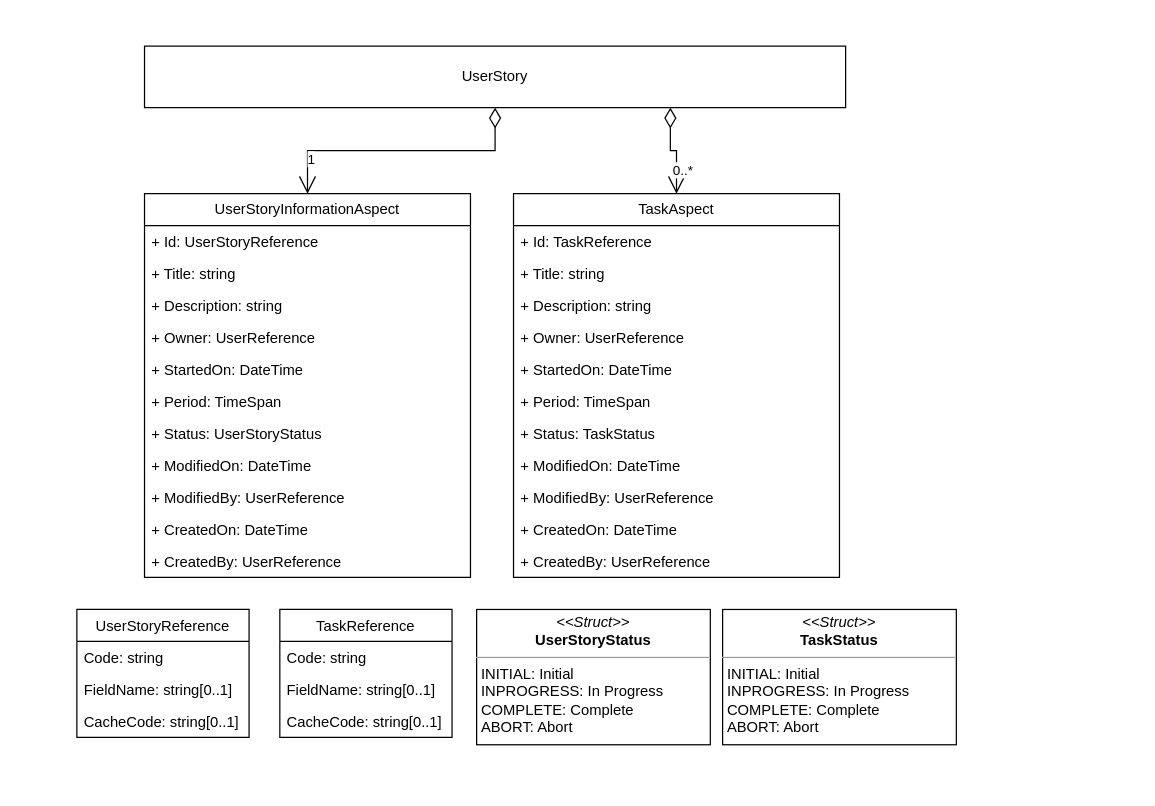
Above: UML/Domain/UserStory.drawio in sdlfly2000/SimpleDashboard (draw.io), before the change. Source tidied: cells renumbered, new cells numbered last; positions are measured from the earlier drawing's top-left corner, leaving out a move shared by most shapes. Both pictures are drawn from the tidied source at 123%, with x=0, y=0 at pixel (76, 46).
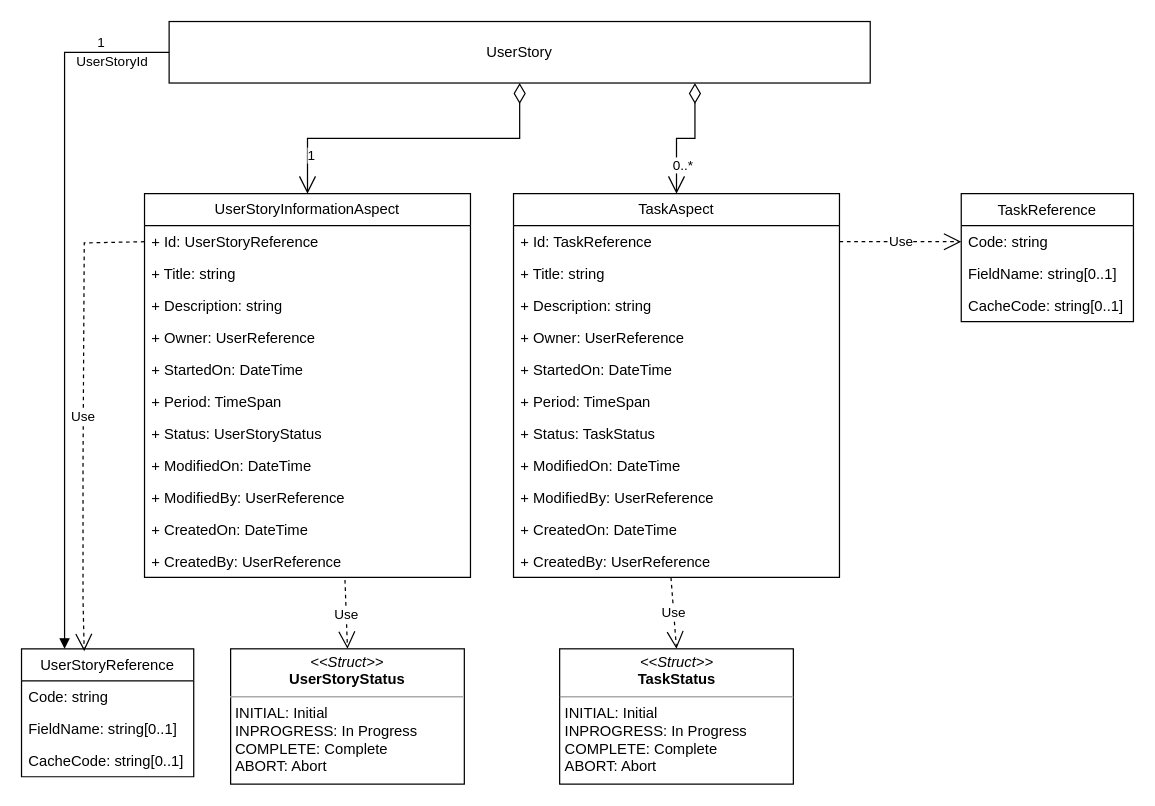
The same diagram, later.

Commit message (it also covers changes not shown here):
Update UML and TaskAspect

Unchanged cells that the change refers to:
```xml
<mxCell id="3" value="+ Id: UserStoryReference" style="text;strokeColor=none;fillColor=none;align=left;verticalAlign=top;spacingLeft=4;spacingRight=4;overflow=hidden;points=[[0,0.5],[1,0.5]];portConstraint=eastwest;whiteSpace=wrap;html=1;" parent="2" vertex="1">
  <mxGeometry y="26" width="265" height="26" as="geometry" />
</mxCell>
<mxCell id="13" value="+ CreatedBy: UserReference" style="text;strokeColor=none;fillColor=none;align=left;verticalAlign=top;spacingLeft=4;spacingRight=4;overflow=hidden;points=[[0,0.5],[1,0.5]];portConstraint=eastwest;whiteSpace=wrap;html=1;" parent="2" vertex="1">
  <mxGeometry y="286" width="265" height="26" as="geometry" />
</mxCell>
<mxCell id="22" value="+ Id: TaskReference" style="text;strokeColor=none;fillColor=none;align=left;verticalAlign=top;spacingLeft=4;spacingRight=4;overflow=hidden;points=[[0,0.5],[1,0.5]];portConstraint=eastwest;whiteSpace=wrap;html=1;" parent="21" vertex="1">
  <mxGeometry y="26" width="265" height="26" as="geometry" />
</mxCell>
<mxCell id="32" value="+ CreatedBy: UserReference" style="text;strokeColor=none;fillColor=none;align=left;verticalAlign=top;spacingLeft=4;spacingRight=4;overflow=hidden;points=[[0,0.5],[1,0.5]];portConstraint=eastwest;whiteSpace=wrap;html=1;" parent="21" vertex="1">
  <mxGeometry y="286" width="265" height="26" as="geometry" />
</mxCell>
<mxCell id="35" value="Code: string" style="text;strokeColor=none;fillColor=none;align=left;verticalAlign=top;spacingLeft=4;spacingRight=4;overflow=hidden;points=[[0,0.5],[1,0.5]];portConstraint=eastwest;" parent="34" vertex="1">
  <mxGeometry y="26" width="140" height="26" as="geometry" />
</mxCell>
```

Change to the diagram source:
```diff
@@
     <mxCell id="14" value="&lt;p style=&quot;margin:0px;margin-top:4px;text-align:center;&quot;&gt;&lt;i&gt;&amp;lt;&amp;lt;Struct&amp;gt;&amp;gt;&lt;/i&gt;&lt;br&gt;&lt;b&gt;UserStoryStatus&lt;/b&gt;&lt;/p&gt;&lt;hr size=&quot;1&quot;&gt;&lt;p style=&quot;margin:0px;margin-left:4px;&quot;&gt;INITIAL: Initial&lt;/p&gt;&lt;p style=&quot;margin:0px;margin-left:4px;&quot;&gt;INPROGRESS: In Progress&lt;/p&gt;&lt;p style=&quot;margin:0px;margin-left:4px;&quot;&gt;COMPLETE: Complete&lt;/p&gt;&lt;p style=&quot;margin:0px;margin-left:4px;&quot;&gt;ABORT: Abort&lt;/p&gt;&lt;p style=&quot;margin:0px;margin-left:4px;&quot;&gt;&lt;br&gt;&lt;/p&gt;" style="verticalAlign=top;align=left;overflow=fill;fontSize=12;fontFamily=Helvetica;html=1;whiteSpace=wrap;" parent="1" vertex="1">
-      <mxGeometry x="325" y="458" width="190" height="110" as="geometry" />
+      <mxGeometry x="125" y="490" width="190" height="110" as="geometry" />
     </mxCell>
     <mxCell id="15" value="UserStoryReference" style="swimlane;fontStyle=0;horizontal=1;startSize=26;fillColor=none;" parent="1" vertex="1">
-      <mxGeometry y="458" width="140" height="104" as="geometry" />
+      <mxGeometry x="-45" y="490" width="140" height="104" as="geometry" />
     </mxCell>
@@
     <mxCell id="19" value="UserStory" style="html=1;whiteSpace=wrap;" parent="1" vertex="1">
-      <mxGeometry x="55" width="570" height="50" as="geometry" />
+      <mxGeometry x="75" y="-20" width="570" height="50" as="geometry" />
     </mxCell>
@@
     <mxCell id="33" value="&lt;p style=&quot;margin:0px;margin-top:4px;text-align:center;&quot;&gt;&lt;i&gt;&amp;lt;&amp;lt;Struct&amp;gt;&amp;gt;&lt;/i&gt;&lt;br&gt;&lt;b&gt;TaskStatus&lt;/b&gt;&lt;/p&gt;&lt;hr size=&quot;1&quot;&gt;&lt;p style=&quot;margin:0px;margin-left:4px;&quot;&gt;INITIAL: Initial&lt;/p&gt;&lt;p style=&quot;margin:0px;margin-left:4px;&quot;&gt;INPROGRESS: In Progress&lt;/p&gt;&lt;p style=&quot;margin:0px;margin-left:4px;&quot;&gt;COMPLETE: Complete&lt;/p&gt;&lt;p style=&quot;margin:0px;margin-left:4px;&quot;&gt;ABORT: Abort&lt;/p&gt;&lt;p style=&quot;margin:0px;margin-left:4px;&quot;&gt;&lt;br&gt;&lt;/p&gt;" style="verticalAlign=top;align=left;overflow=fill;fontSize=12;fontFamily=Helvetica;html=1;whiteSpace=wrap;" parent="1" vertex="1">
-      <mxGeometry x="525" y="458" width="190" height="110" as="geometry" />
+      <mxGeometry x="392.5" y="490" width="190" height="110" as="geometry" />
     </mxCell>
     <mxCell id="34" value="TaskReference" style="swimlane;fontStyle=0;horizontal=1;startSize=26;fillColor=none;" parent="1" vertex="1">
-      <mxGeometry x="165" y="458" width="140" height="104" as="geometry" />
+      <mxGeometry x="719" y="120" width="140" height="104" as="geometry" />
     </mxCell>
@@
+    <mxCell id="39" value="Use" style="endArrow=open;endSize=12;dashed=1;html=1;rounded=0;entryX=0.364;entryY=0.019;entryDx=0;entryDy=0;exitX=0;exitY=0.5;exitDx=0;exitDy=0;entryPerimeter=0;" parent="1" edge="1" source="3" target="15">
+      <mxGeometry relative="1" as="geometry">
+        <Array as="points">
+          <mxPoint x="6" y="160" />
+          <mxPoint x="5" y="340" />
+          <mxPoint x="5" y="450" />
+        </Array>
+      </mxGeometry>
+    </mxCell>
+    <mxCell id="40" value="Use" style="endArrow=open;endSize=12;dashed=1;html=1;rounded=0;exitX=1;exitY=0.5;exitDx=0;exitDy=0;entryX=0;entryY=0.5;entryDx=0;entryDy=0;" parent="1" edge="1" source="22" target="35">
+      <mxGeometry relative="1" as="geometry" />
+    </mxCell>
+    <mxCell id="41" value="UserStoryId" style="endArrow=block;endFill=1;html=1;edgeStyle=orthogonalEdgeStyle;align=left;verticalAlign=top;rounded=0;entryX=0.25;entryY=0;entryDx=0;entryDy=0;exitX=0;exitY=0.5;exitDx=0;exitDy=0;" parent="1" edge="1" source="19" target="15">
+      <mxGeometry x="-0.73" y="-5" relative="1" as="geometry" />
+    </mxCell>
+    <mxCell id="42" value="1" style="edgeLabel;html=1;align=left;verticalAlign=bottom;" parent="41" vertex="1">
+      <mxGeometry x="-1" relative="1" as="geometry">
+        <mxPoint x="-60" as="offset" />
+      </mxGeometry>
+    </mxCell>
+    <mxCell id="43" value="Use" style="endArrow=open;endSize=12;dashed=1;html=1;rounded=0;exitX=0.615;exitY=1.077;exitDx=0;exitDy=0;exitPerimeter=0;entryX=0.5;entryY=0;entryDx=0;entryDy=0;" parent="1" edge="1" source="13" target="14">
+      <mxGeometry relative="1" as="geometry" />
+    </mxCell>
+    <mxCell id="44" value="Use" style="endArrow=open;endSize=12;dashed=1;html=1;rounded=0;exitX=0.483;exitY=1;exitDx=0;exitDy=0;exitPerimeter=0;entryX=0.5;entryY=0;entryDx=0;entryDy=0;" parent="1" edge="1" source="32" target="33">
+      <mxGeometry relative="1" as="geometry" />
+    </mxCell>
```
